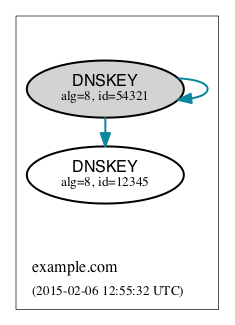
The Graphviz diagram doc/images/rrsig-dnskey.png in dnsviz/dnsviz, before a commit. Its source is kept beside it as doc/dot/rrsig-dnskey.dot.
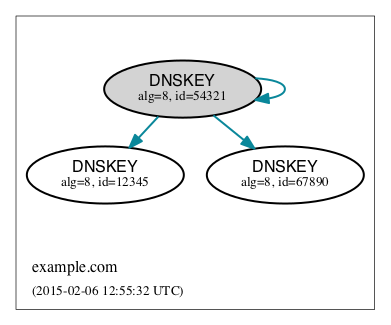
Above is the later version.

Commit message:
Add another DNSKEY node to image

Add another DNSKEY node to image to illustrate multiple edges per RRSIG
covering DNSKEY RRset.

The edit, as a diff of the source:
```diff
@@ -15,6 +15,11 @@
 			label=<<FONT POINT-SIZE="12" FACE="Helvetica">DNSKEY</FONT><BR/><FONT POINT-SIZE="10">alg=8, id=12345</FONT>>,
 			shape=ellipse,
 			style=filled];
+		"DNSKEY-0|example.com|8|67890"	 [color="#000000",
+			fillcolor="#ffffff",
+			label=<<FONT POINT-SIZE="12" FACE="Helvetica">DNSKEY</FONT><BR/><FONT POINT-SIZE="10">alg=8, id=67890</FONT>>,
+			shape=ellipse,
+			style=filled];
 		"DNSKEY-0|example.com|8|54321"	 [color="#000000",
 			fillcolor="lightgray",
 			label=<<FONT POINT-SIZE="12" FACE="Helvetica">DNSKEY</FONT><BR/><FONT POINT-SIZE="10">alg=8, id=54321</FONT>>,
@@ -29,6 +34,9 @@
 	"DNSKEY-0|example.com|8|12345" -> "DNSKEY-0|example.com|8|54321" [dir=back,
 		color="#0a879a",
 		style="solid"];
+	"DNSKEY-0|example.com|8|67890" -> "DNSKEY-0|example.com|8|54321" [dir=back,
+		color="#0a879a",
+		style="solid"];
 	"cluster_example.com_bottom" -> "DNSKEY-0|example.com|8|12345" [style=invis];
 	"DNSKEY-0|example.com|8|54321" -> "cluster_example.com_top" [style=invis];
 }
```
